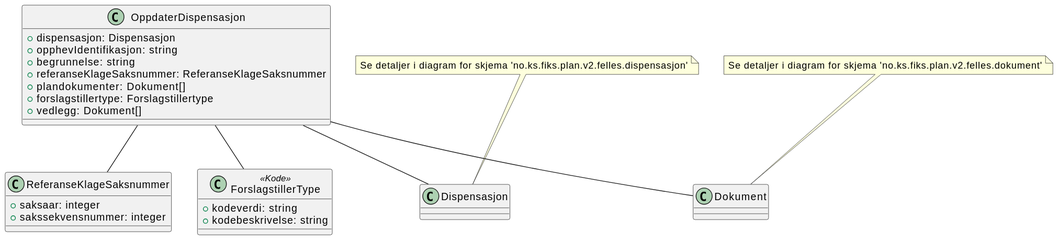
Above: Dokumentasjon/V2/ClassDiagrams/no.ks.fiks.plan.v2.oppdatering.dispensasjon.oppdater/dispensasjon-oppdater.svg in ks-no/fiks-plan-specification (PlantUML), before the change.
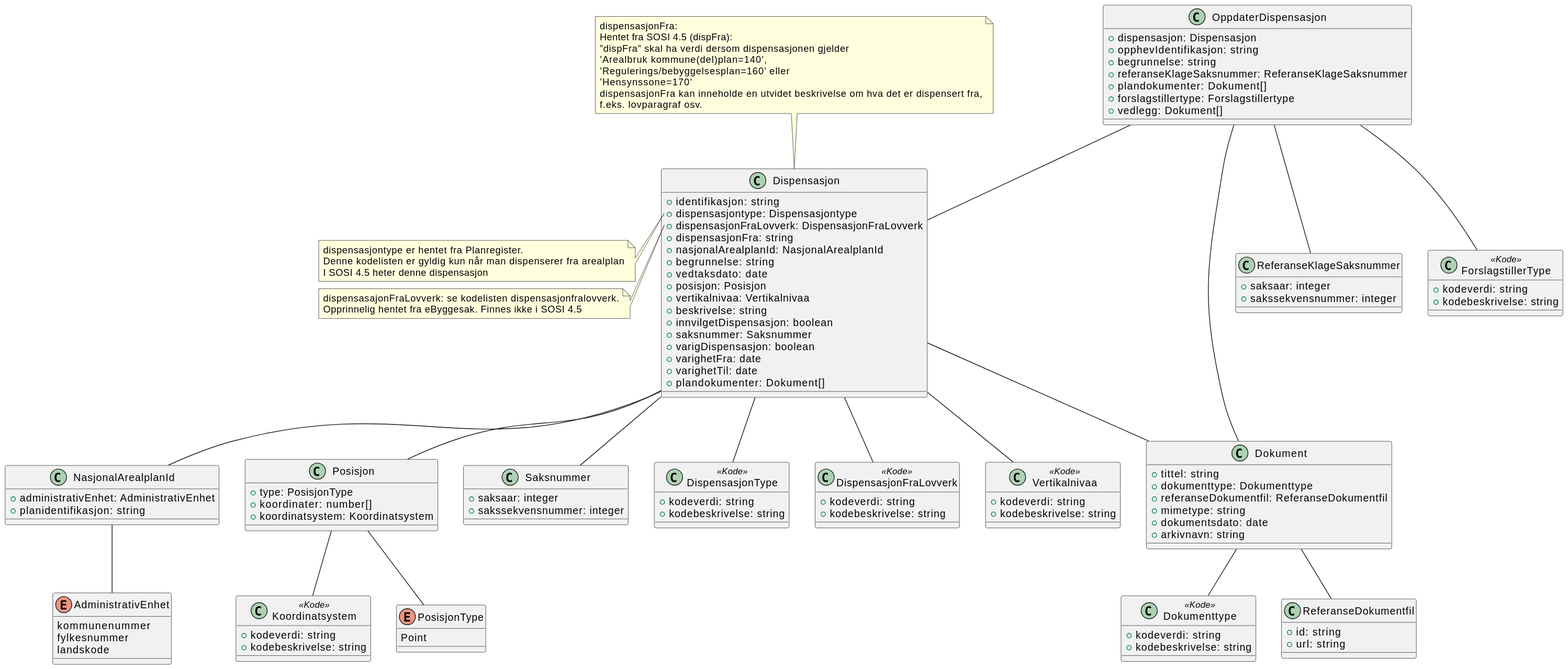
The same file after the commit.

What changed in the source:
```diff
@@ -1,4 +1,7 @@
 @startuml
+!include ./../no.ks.fiks.plan.v2.felles.dispensasjon/dispensasjon.pu
+!include ./../no.ks.fiks.plan.v2.felles.dokument/dokument.pu
+
 class OppdaterDispensasjon {
     +dispensasjon: Dispensasjon
     +opphevIdentifikasjon: string
@@ -23,7 +26,4 @@
 OppdaterDispensasjon -- Dispensasjon
 OppdaterDispensasjon -- Dokument
 OppdaterDispensasjon -- ReferanseKlageSaksnummer
-
-note top of Dispensasjon : Se detaljer i diagram for skjema 'no.ks.fiks.plan.v2.felles.dispensasjon'
-note top of Dokument : Se detaljer i diagram for skjema 'no.ks.fiks.plan.v2.felles.dokument'
 @enduml
```
